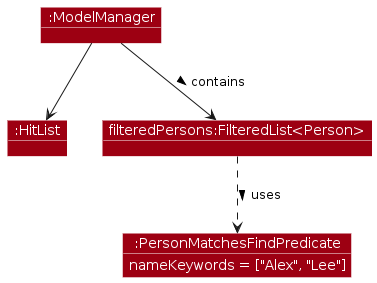
AY2526S2-CS2103T-W11-2/tp keeps this PlantUML diagram as diagrams/find-person/PersonFindPostExecution.png. Above is the earlier version. Its source is kept beside it as diagrams/find-person/PersonFindPostExecution.puml. Source of this version:
```plantuml
@startuml person-add-post-execution
!include ../style.puml
skinparam ArrowFontStyle plain

skinparam shadowing false
skinparam ObjectFontColor #FFFFFF
skinparam ObjectAttributeFontColor #FFFFFF
skinparam ObjectBorderColor #FFFFFF

show objects
show members

object ":ModelManager" as ModelManager MODEL_COLOR
object ":HitList" as HitList MODEL_COLOR
object "filteredPersons:FilteredList<Person>" as FilteredPersons MODEL_COLOR
object ":PersonMatchesFindPredicate" as Predicate MODEL_COLOR

ModelManager --> HitList
ModelManager --> FilteredPersons : contains >
FilteredPersons ..> Predicate : uses >

Predicate : nameKeywords = ["Alex", "Lee"]
@enduml
```
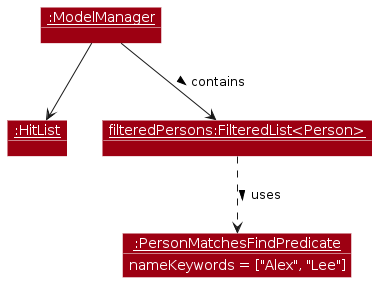
Later version of the same file.

Diff of the diagram source:
```diff
@@ -10,10 +10,10 @@
 show objects
 show members
 
-object ":ModelManager" as ModelManager MODEL_COLOR
-object ":HitList" as HitList MODEL_COLOR
-object "filteredPersons:FilteredList<Person>" as FilteredPersons MODEL_COLOR
-object ":PersonMatchesFindPredicate" as Predicate MODEL_COLOR
+object "<u>:ModelManager</u>" as ModelManager MODEL_COLOR
+object "<u>:HitList</u>" as HitList MODEL_COLOR
+object "<u>filteredPersons:FilteredList<Person></u>" as FilteredPersons MODEL_COLOR
+object "<u>:PersonMatchesFindPredicate</u>" as Predicate MODEL_COLOR
 
 ModelManager --> HitList
 ModelManager --> FilteredPersons : contains >
```
